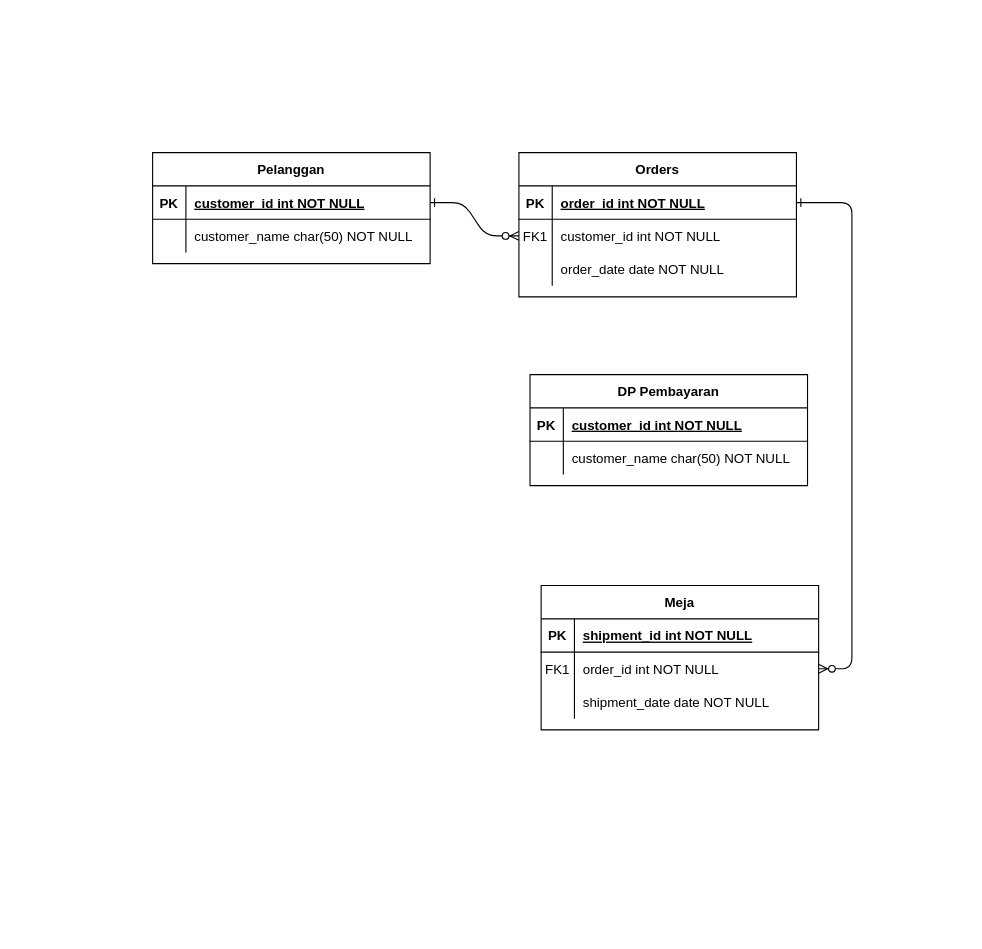
This is Day9/Untitled Diagram.drawio from Siswadi24/BDI-DENPASAR, a draw.io file, before an edit. Source tidied: cells renumbered, new cells numbered last; positions are measured from the earlier drawing's top-left corner, leaving out a move shared by most shapes. Both pictures are drawn from the tidied source at 111%, with x=0, y=0 at pixel (152, 152).
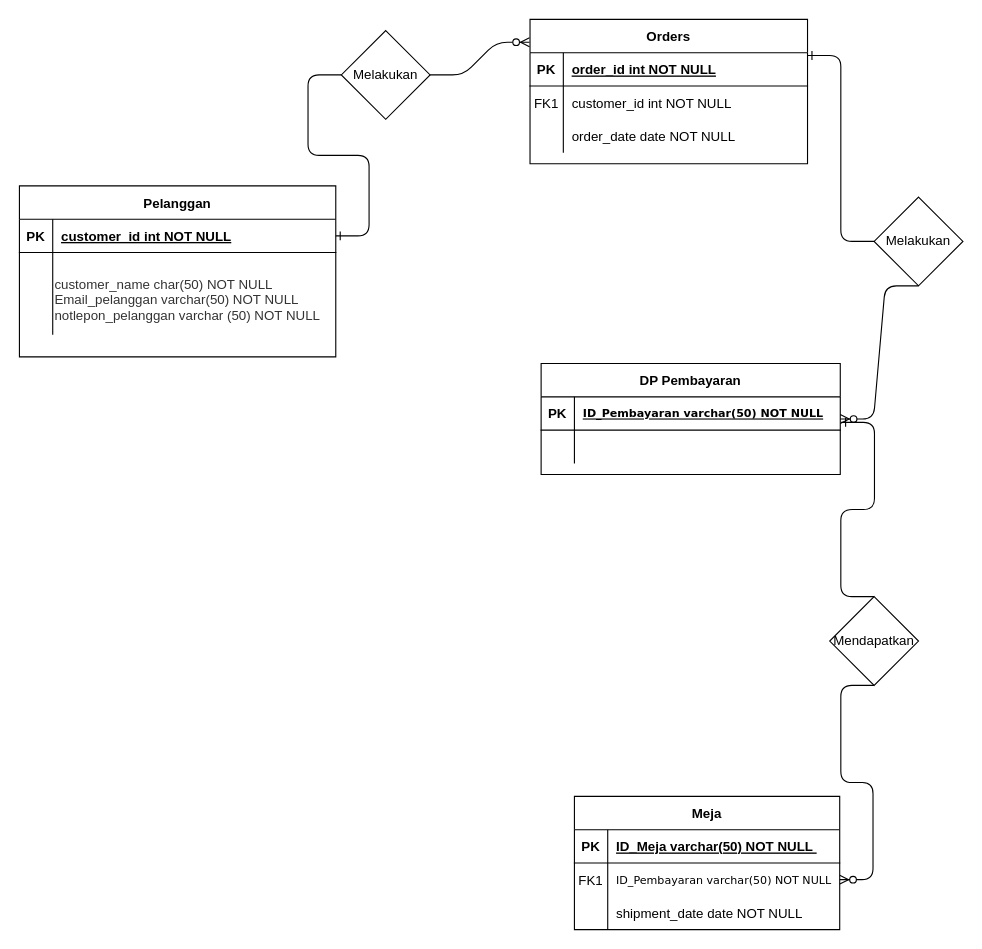
After the change.

The change refers to these unchanged cells:
```xml
<mxCell id="5" style="shape=partialRectangle;fillColor=none;points=[[0,0.5],[1,0.5]];portConstraint=eastwest;top=0;left=0;right=0;bottom=1;" parent="4" vertex="1">
  <mxGeometry y="30" width="250" height="30" as="geometry" />
</mxCell>
<mxCell id="8" style="shape=partialRectangle;fillColor=none;points=[[0,0.5],[1,0.5]];portConstraint=eastwest;top=0;left=0;right=0;bottom=0;" parent="4" vertex="1">
  <mxGeometry y="60" width="250" height="30" as="geometry" />
</mxCell>
```

What changed in the source:
```diff
@@
-    <mxCell id="2" style="edgeStyle=entityRelationEdgeStyle;endArrow=ERzeroToMany;startArrow=ERone;endFill=1;startFill=0;" parent="1" edge="1" source="25" target="8">
+    <mxCell id="2" style="edgeStyle=entityRelationEdgeStyle;endArrow=ERzeroToMany;startArrow=none;endFill=1;startFill=0;entryX=-0.002;entryY=0.158;entryDx=0;entryDy=0;entryPerimeter=0;" parent="1" edge="1" source="40" target="4">
       <mxGeometry relative="1" as="geometry" />
     </mxCell>
-    <mxCell id="3" style="edgeStyle=entityRelationEdgeStyle;endArrow=ERzeroToMany;startArrow=ERone;endFill=1;startFill=0;" parent="1" edge="1" source="5" target="18">
-      <mxGeometry relative="1" as="geometry" />
-    </mxCell>
     <mxCell id="4" value="Orders" style="shape=table;startSize=30;childLayout=tableLayout;rowLines=0;fontStyle=1;align=center;" parent="1" vertex="1">
-      <mxGeometry x="330" width="250" height="130" as="geometry" />
+      <mxGeometry x="340" y="-120" width="250" height="130" as="geometry" />
     </mxCell>
@@
     <mxCell id="14" value="Meja" style="shape=table;startSize=30;childLayout=tableLayout;rowLines=0;fontStyle=1;align=center;" parent="1" vertex="1">
-      <mxGeometry x="350" y="390" width="250" height="130" as="geometry" />
+      <mxGeometry x="380" y="580" width="239" height="120" as="geometry" />
     </mxCell>
     <mxCell id="15" style="shape=partialRectangle;fillColor=none;top=0;left=0;right=0;bottom=1;" parent="14" vertex="1">
-      <mxGeometry y="30" width="250" height="30" as="geometry" />
+      <mxGeometry y="30" width="239" height="30" as="geometry" />
     </mxCell>
@@
-    <mxCell id="17" value="shipment_id int NOT NULL " style="shape=partialRectangle;overflow=hidden;fillColor=none;top=0;left=0;bottom=0;right=0;align=left;spacingLeft=6;fontStyle=5;" parent="15" vertex="1">
-      <mxGeometry x="30" width="220" height="30" as="geometry" />
+    <mxCell id="17" value="ID_Meja varchar(50) NOT NULL " style="shape=partialRectangle;overflow=hidden;fillColor=none;top=0;left=0;bottom=0;right=0;align=left;spacingLeft=6;fontStyle=5;" parent="15" vertex="1">
+      <mxGeometry x="30" width="209" height="30" as="geometry" />
     </mxCell>
     <mxCell id="18" style="shape=partialRectangle;fillColor=none;points=[[0,0.5],[1,0.5]];portConstraint=eastwest;top=0;left=0;right=0;bottom=0;" parent="14" vertex="1">
-      <mxGeometry y="60" width="250" height="30" as="geometry" />
+      <mxGeometry y="60" width="239" height="30" as="geometry" />
     </mxCell>
@@
-    <mxCell id="20" value="order_id int NOT NULL" style="shape=partialRectangle;overflow=hidden;fillColor=none;top=0;left=0;bottom=0;right=0;align=left;spacingLeft=6;" parent="18" vertex="1">
-      <mxGeometry x="30" width="220" height="30" as="geometry" />
+    <mxCell id="20" value="ID_Pembayaran varchar(50) NOT NULL" style="shape=partialRectangle;overflow=hidden;fillColor=none;top=0;left=0;bottom=0;right=0;align=left;spacingLeft=6;fontFamily=Verdana;fontSize=10;" parent="18" vertex="1">
+      <mxGeometry x="30" width="209" height="30" as="geometry" />
     </mxCell>
     <mxCell id="21" style="shape=partialRectangle;fillColor=none;top=0;left=0;right=0;bottom=0;" parent="14" vertex="1">
-      <mxGeometry y="90" width="250" height="30" as="geometry" />
+      <mxGeometry y="90" width="239" height="30" as="geometry" />
     </mxCell>
@@
     <mxCell id="23" value="shipment_date date NOT NULL" style="shape=partialRectangle;overflow=hidden;fillColor=none;top=0;left=0;bottom=0;right=0;align=left;spacingLeft=6;" parent="21" vertex="1">
-      <mxGeometry x="30" width="220" height="30" as="geometry" />
+      <mxGeometry x="30" width="209" height="30" as="geometry" />
     </mxCell>
     <mxCell id="24" value="Pelanggan" style="shape=table;startSize=30;childLayout=tableLayout;rowLines=0;fontStyle=1;align=center;" parent="1" vertex="1">
-      <mxGeometry width="250" height="100" as="geometry" />
+      <mxGeometry x="-120" y="30" width="285" height="154" as="geometry" />
     </mxCell>
     <mxCell id="25" style="shape=partialRectangle;fillColor=none;points=[[0,0.5],[1,0.5]];portConstraint=eastwest;top=0;left=0;right=0;bottom=1;" parent="24" vertex="1">
-      <mxGeometry y="30" width="250" height="30" as="geometry" />
+      <mxGeometry y="30" width="285" height="30" as="geometry" />
     </mxCell>
@@
     <mxCell id="27" value="customer_id int NOT NULL " style="shape=partialRectangle;overflow=hidden;fillColor=none;top=0;left=0;bottom=0;right=0;align=left;spacingLeft=6;fontStyle=5;" parent="25" vertex="1">
-      <mxGeometry x="30" width="220" height="30" as="geometry" />
+      <mxGeometry x="30" width="255" height="30" as="geometry" />
     </mxCell>
     <mxCell id="28" style="shape=partialRectangle;fillColor=none;top=0;left=0;right=0;bottom=0;" parent="24" vertex="1">
-      <mxGeometry y="60" width="250" height="30" as="geometry" />
+      <mxGeometry y="60" width="285" height="74" as="geometry" />
     </mxCell>
     <mxCell id="29" style="shape=partialRectangle;overflow=hidden;fillColor=none;top=0;left=0;bottom=0;right=0;" parent="28" vertex="1">
-      <mxGeometry width="30" height="30" as="geometry" />
+      <mxGeometry width="30" height="74" as="geometry" />
     </mxCell>
-    <mxCell id="30" value="customer_name char(50) NOT NULL" style="shape=partialRectangle;overflow=hidden;fillColor=none;top=0;left=0;bottom=0;right=0;align=left;spacingLeft=6;" parent="28" vertex="1">
-      <mxGeometry x="30" width="220" height="30" as="geometry" />
+    <mxCell id="30" value="customer_name char(50) NOT NULL&#10;Email_pelanggan varchar(50) NOT NULL&#10;notlepon_pelanggan varchar (50) NOT NULL&#10;" style="shape=partialRectangle;overflow=hidden;fillColor=none;top=0;left=0;bottom=0;right=0;align=left;spacingLeft=6;spacing=-4;verticalAlign=bottom;labelPosition=center;verticalLabelPosition=middle;textOpacity=80;" parent="28" vertex="1">
+      <mxGeometry x="30" width="255" height="74" as="geometry" />
     </mxCell>
     <mxCell id="31" value="DP Pembayaran" style="shape=table;startSize=30;childLayout=tableLayout;rowLines=0;fontStyle=1;align=center;" parent="1" vertex="1">
-      <mxGeometry x="340" y="200" width="250" height="100" as="geometry" />
+      <mxGeometry x="350" y="190" width="269.5" height="100" as="geometry" />
     </mxCell>
     <mxCell id="32" style="shape=partialRectangle;fillColor=none;points=[[0,0.5],[1,0.5]];portConstraint=eastwest;top=0;left=0;right=0;bottom=1;" parent="31" vertex="1">
-      <mxGeometry y="30" width="250" height="30" as="geometry" />
+      <mxGeometry y="30" width="269.5" height="30" as="geometry" />
     </mxCell>
@@
-    <mxCell id="34" value="customer_id int NOT NULL " style="shape=partialRectangle;overflow=hidden;fillColor=none;top=0;left=0;bottom=0;right=0;align=left;spacingLeft=6;fontStyle=5;" parent="32" vertex="1">
-      <mxGeometry x="30" width="220" height="30" as="geometry" />
+    <mxCell id="34" value="ID_Pembayaran varchar(50) NOT NULL" style="shape=partialRectangle;overflow=hidden;fillColor=none;top=0;left=0;bottom=0;right=0;align=left;spacingLeft=6;fontStyle=5;fontFamily=Verdana;fontSize=10;" parent="32" vertex="1">
+      <mxGeometry x="30" width="239.5" height="30" as="geometry" />
     </mxCell>
-    <mxCell id="35" style="shape=partialRectangle;fillColor=none;top=0;left=0;right=0;bottom=0;" parent="31" vertex="1">
-      <mxGeometry y="60" width="250" height="30" as="geometry" />
+    <mxCell id="35" style="shape=partialRectangle;fillColor=none;top=0;left=0;right=0;bottom=0;fontSize=8;" parent="31" vertex="1">
+      <mxGeometry y="60" width="269.5" height="30" as="geometry" />
     </mxCell>
@@
-    <mxCell id="37" value="customer_name char(50) NOT NULL" style="shape=partialRectangle;overflow=hidden;fillColor=none;top=0;left=0;bottom=0;right=0;align=left;spacingLeft=6;" parent="35" vertex="1">
-      <mxGeometry x="30" width="220" height="30" as="geometry" />
+    <mxCell id="37" style="shape=partialRectangle;overflow=hidden;fillColor=none;top=0;left=0;bottom=0;right=0;align=left;spacingLeft=6;fontSize=9;" parent="35" vertex="1">
+      <mxGeometry x="30" width="239.5" height="30" as="geometry" />
     </mxCell>
+    <mxCell id="38" style="edgeStyle=entityRelationEdgeStyle;endArrow=ERzeroToMany;startArrow=none;endFill=1;startFill=0;exitX=0.5;exitY=1;exitDx=0;exitDy=0;" parent="1" edge="1" source="44" target="31">
+      <mxGeometry relative="1" as="geometry" />
+    </mxCell>
+    <mxCell id="39" style="edgeStyle=entityRelationEdgeStyle;endArrow=ERzeroToMany;startArrow=none;endFill=1;startFill=0;exitX=0.5;exitY=1;exitDx=0;exitDy=0;" parent="1" edge="1" source="43" target="18">
+      <mxGeometry relative="1" as="geometry" />
+    </mxCell>
+    <mxCell id="40" value="Melakukan" style="rhombus;whiteSpace=wrap;html=1;" parent="1" vertex="1">
+      <mxGeometry x="170" y="-110" width="80" height="80" as="geometry" />
+    </mxCell>
+    <mxCell id="41" style="edgeStyle=entityRelationEdgeStyle;endArrow=none;startArrow=ERone;endFill=1;startFill=0;" parent="1" edge="1" source="25" target="40">
+      <mxGeometry relative="1" as="geometry" />
+    </mxCell>
+    <mxCell id="42" style="edgeStyle=entityRelationEdgeStyle;endArrow=none;startArrow=ERone;endFill=1;startFill=0;exitX=1.003;exitY=0.767;exitDx=0;exitDy=0;exitPerimeter=0;entryX=0.5;entryY=0;entryDx=0;entryDy=0;" parent="1" edge="1" source="32" target="43">
+      <mxGeometry relative="1" as="geometry" />
+    </mxCell>
+    <mxCell id="43" value="Mendapatkan" style="rhombus;whiteSpace=wrap;html=1;" parent="1" vertex="1">
+      <mxGeometry x="610" y="400" width="80" height="80" as="geometry" />
+    </mxCell>
+    <mxCell id="44" value="Melakukan" style="rhombus;whiteSpace=wrap;html=1;" parent="1" vertex="1">
+      <mxGeometry x="650" y="40" width="80" height="80" as="geometry" />
+    </mxCell>
+    <mxCell id="45" style="edgeStyle=entityRelationEdgeStyle;endArrow=none;startArrow=ERone;endFill=1;startFill=0;exitX=1;exitY=0.25;exitDx=0;exitDy=0;" parent="1" edge="1" source="4" target="44">
+      <mxGeometry relative="1" as="geometry" />
+    </mxCell>
```
